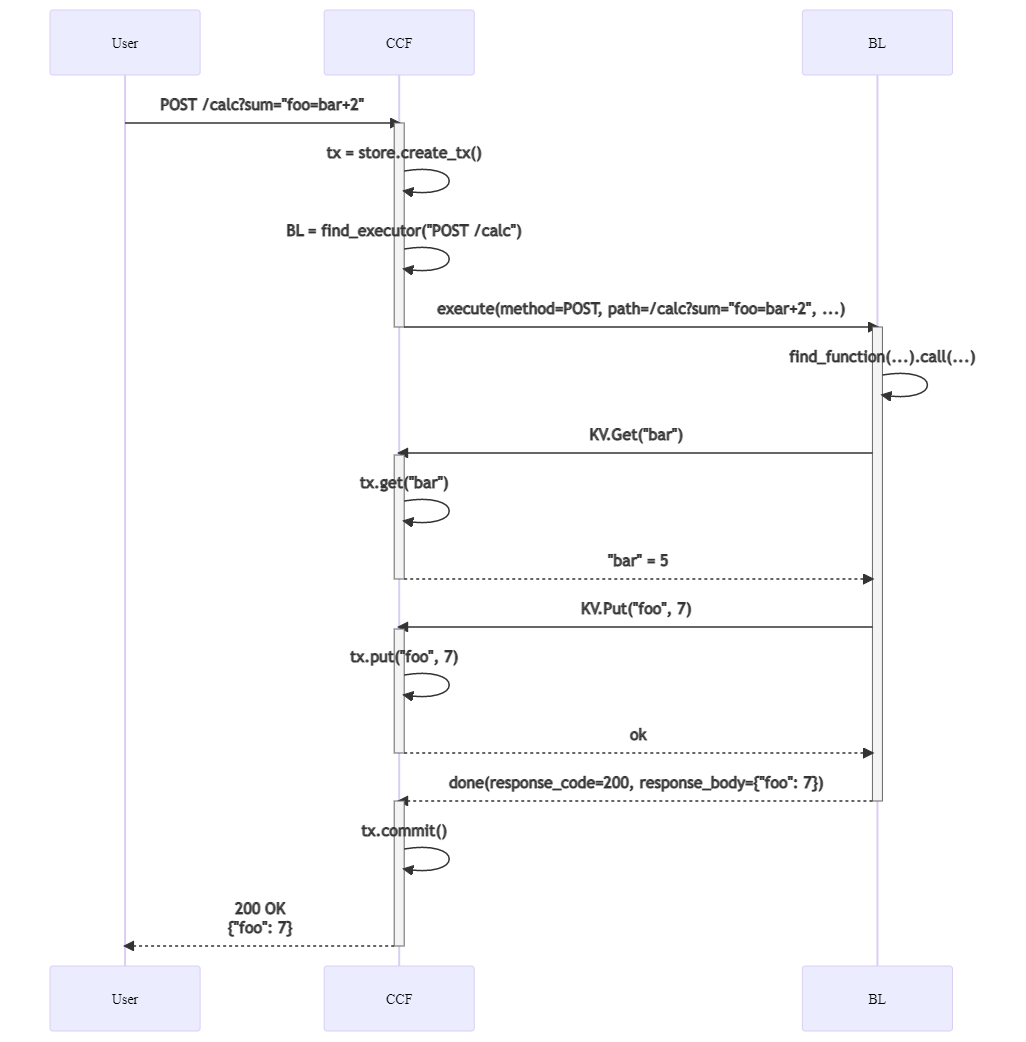
Earlier version of the Mermaid export diagrams/execution.png (eddyashton/grpc-experiments). Its source is kept beside it as diagrams/execution.mmd. Source of this version:
```mermaid
sequenceDiagram
    User->>CCF: POST /calc?sum="foo=bar+2"

    activate CCF
    CCF->>CCF: tx = store.create_tx()

    CCF->>CCF: BL = find_executor("POST /calc")

    CCF->>BL: execute(method=POST, path=/calc?sum="foo=bar+2", ...)
    deactivate CCF
    activate BL

    BL->>BL: find_function(...).call(...)

    BL->>+CCF: KV.Get("bar")
    CCF->>CCF: tx.get("bar")
    CCF-->>-BL: "bar" = 5

    BL->>+CCF: KV.Put("foo", 7)
    CCF->>CCF: tx.put("foo", 7)
    CCF-->>-BL: ok

    BL-->>CCF: done(response_code=200, response_body={"foo": 7})
    deactivate BL
    activate CCF

    CCF->>CCF: tx.commit()

    CCF-->>User: 200 OK<br/>{"foo": 7}
    deactivate CCF
```
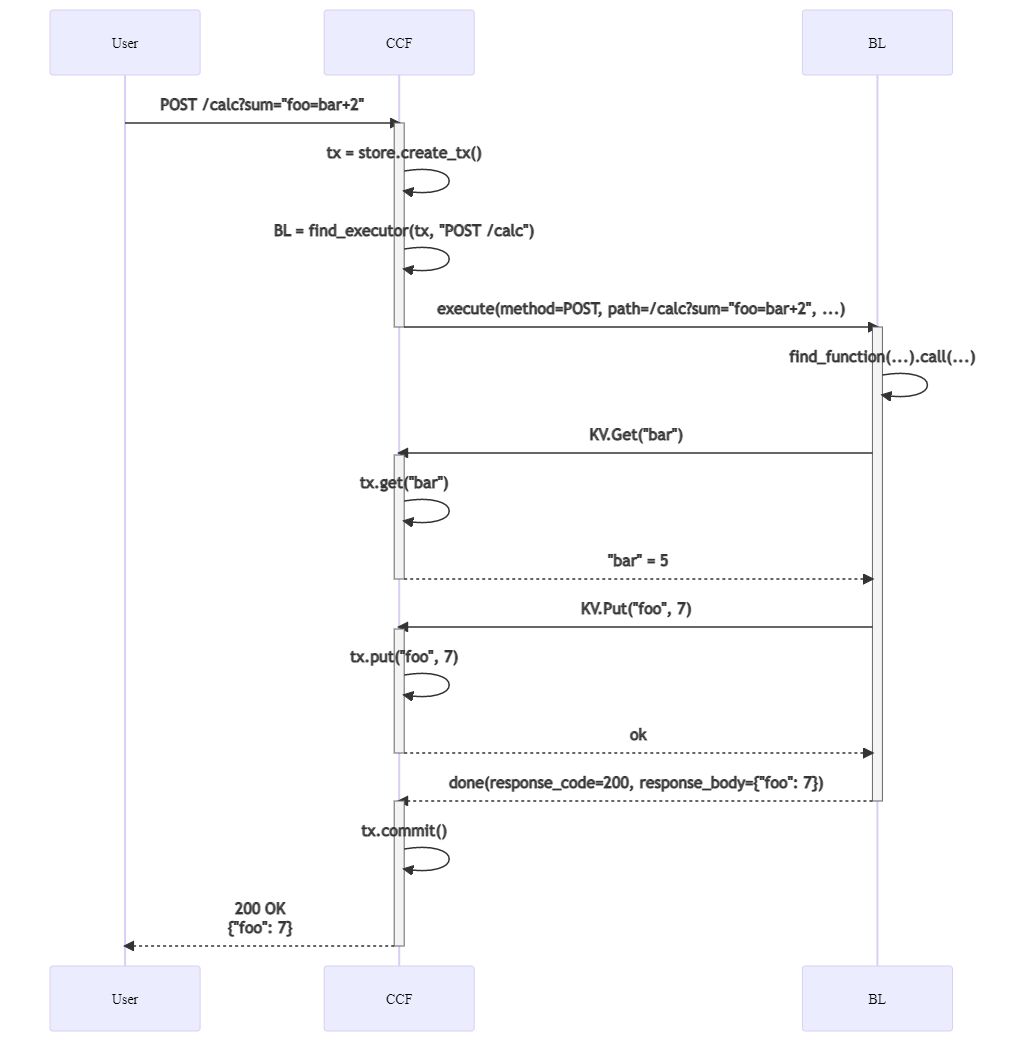
Above is the later version.

Commit message:
find_executor needs to be transactional

Diff of the diagram source:
```diff
@@ -4,7 +4,7 @@
     activate CCF
     CCF->>CCF: tx = store.create_tx()
 
-    CCF->>CCF: BL = find_executor("POST /calc")
+    CCF->>CCF: BL = find_executor(tx, "POST /calc")
 
     CCF->>BL: execute(method=POST, path=/calc?sum="foo=bar+2", ...)
     deactivate CCF
```
